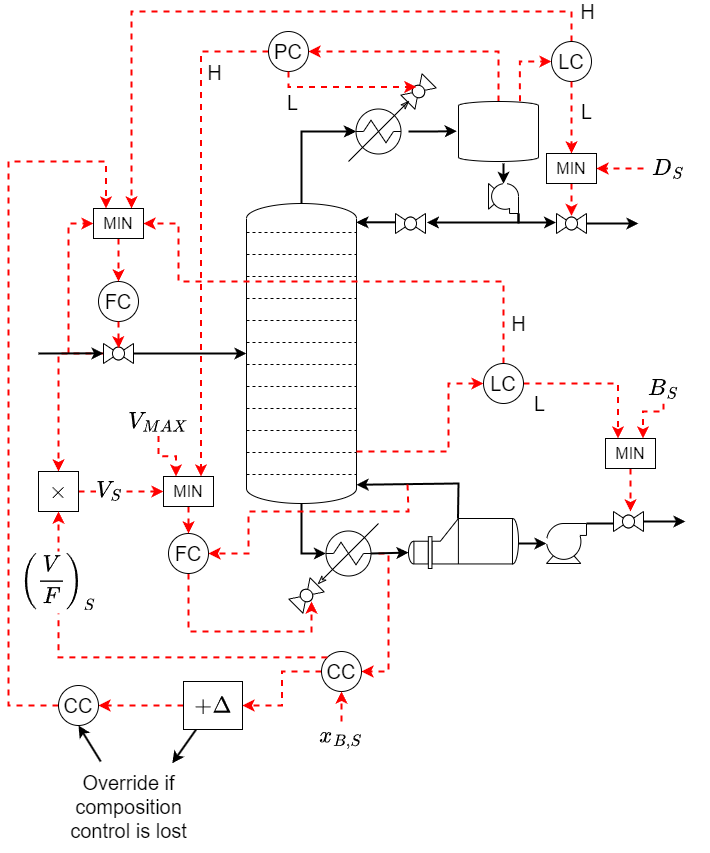
brageban/aspen-matlab-testbench keeps this draw.io diagram as Figures/ifac-distillation/column_bidir2_complex.png. Above is the earlier version. Source tidied: cells renumbered, new cells last; positions are measured from the earlier drawing's top-left corner, leaving out a move shared by most shapes.
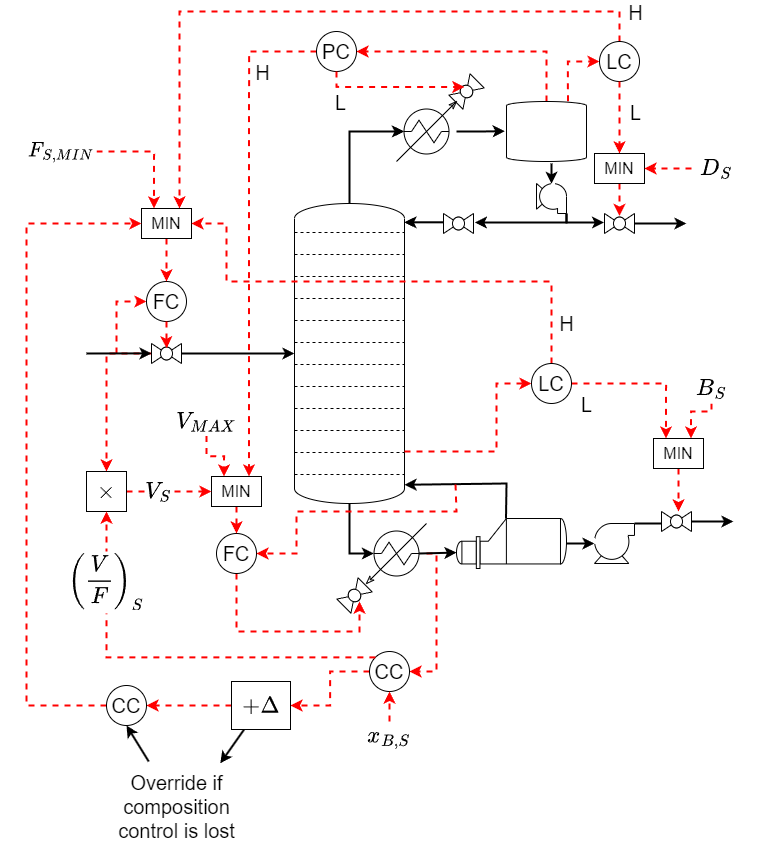
The same diagram one commit later.

Change to the diagram source:
```diff
@@ -78,11 +78,11 @@
     <mxCell id="16" style="verticalLabelPosition=bottom;outlineConnect=0;align=center;dashed=0;html=1;verticalAlign=top;shape=mxgraph.pid.compressors.centrifugal_compressor;fontSize=20;" parent="1" vertex="1">
       <mxGeometry x="538" y="512" width="40" height="40" as="geometry" />
     </mxCell>
-    <mxCell id="17" style="edgeStyle=orthogonalEdgeStyle;rounded=0;html=1;entryX=0;entryY=0.5;entryDx=0;entryDy=0;strokeColor=#FF0000;strokeWidth=2;dashed=1;fontSize=20;" parent="1" edge="1" target="51">
+    <mxCell id="17" style="edgeStyle=orthogonalEdgeStyle;rounded=0;html=1;entryX=0;entryY=0.5;entryDx=0;entryDy=0;strokeColor=#FF0000;strokeWidth=2;dashed=1;fontSize=20;" parent="1" edge="1" target="27">
       <mxGeometry relative="1" as="geometry">
         <mxPoint x="60" y="342" as="sourcePoint" />
         <Array as="points">
-          <mxPoint x="60" y="212" />
+          <mxPoint x="60" y="290" />
         </Array>
       </mxGeometry>
     </mxCell>
@@ -388,12 +388,11 @@
     <mxCell id="83" value="$$+\Delta$$" style="whiteSpace=wrap;html=1;strokeColor=default;fontSize=20;" parent="1" vertex="1">
       <mxGeometry x="175" y="670" width="59" height="48" as="geometry" />
     </mxCell>
-    <mxCell id="84" style="edgeStyle=orthogonalEdgeStyle;rounded=0;html=1;entryX=0.25;entryY=0;entryDx=0;entryDy=0;dashed=1;strokeColor=#FF0000;strokeWidth=2;fontSize=20;" parent="1" edge="1" source="85" target="51">
+    <mxCell id="84" style="edgeStyle=orthogonalEdgeStyle;rounded=0;html=1;entryX=0;entryY=0.5;entryDx=0;entryDy=0;dashed=1;strokeColor=#FF0000;strokeWidth=2;fontSize=20;" parent="1" edge="1" source="85" target="51">
       <mxGeometry relative="1" as="geometry">
         <Array as="points">
-          <mxPoint y="694" />
-          <mxPoint y="150" />
-          <mxPoint x="98" y="150" />
+          <mxPoint x="-30" y="694" />
+          <mxPoint x="-30" y="212" />
         </Array>
       </mxGeometry>
     </mxCell>
@@ -409,5 +408,11 @@
     <mxCell id="88" value="$$\left( \frac{V}{F} \right)_S $$" style="whiteSpace=wrap;html=1;strokeColor=none;fontSize=20;" parent="1" vertex="1">
       <mxGeometry x="10" y="540" width="80" height="60" as="geometry" />
     </mxCell>
+    <mxCell id="89" style="edgeStyle=orthogonalEdgeStyle;html=1;entryX=0.25;entryY=0;entryDx=0;entryDy=0;dashed=1;strokeWidth=2;strokeColor=#FF0000;rounded=0;" parent="1" edge="1" source="90" target="51">
+      <mxGeometry relative="1" as="geometry" />
+    </mxCell>
+    <mxCell id="90" value="$$F_{S,MIN}$$" style="whiteSpace=wrap;html=1;fontSize=18;strokeColor=none;" parent="1" vertex="1">
+      <mxGeometry x="-30" y="120" width="70" height="40" as="geometry" />
+    </mxCell>
   </root>
 </mxGraphModel>
```
